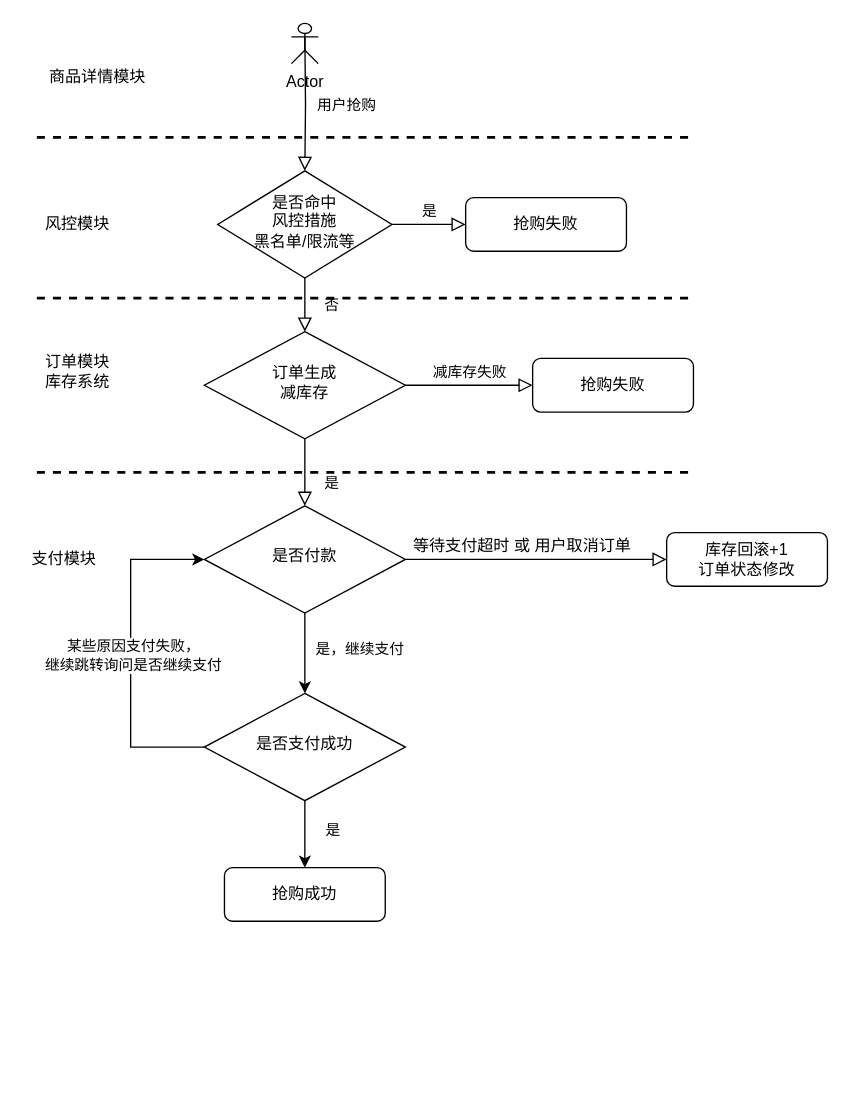
This is product_sedkill.drawio from maciaymd/draw.io, a draw.io file, before an edit. Source tidied: cells renumbered, new cells numbered last; positions are measured from the earlier drawing's top-left corner, leaving out a move shared by most shapes. Both pictures are drawn from the tidied source at 134%, with x=0, y=0 at pixel (23, 23).
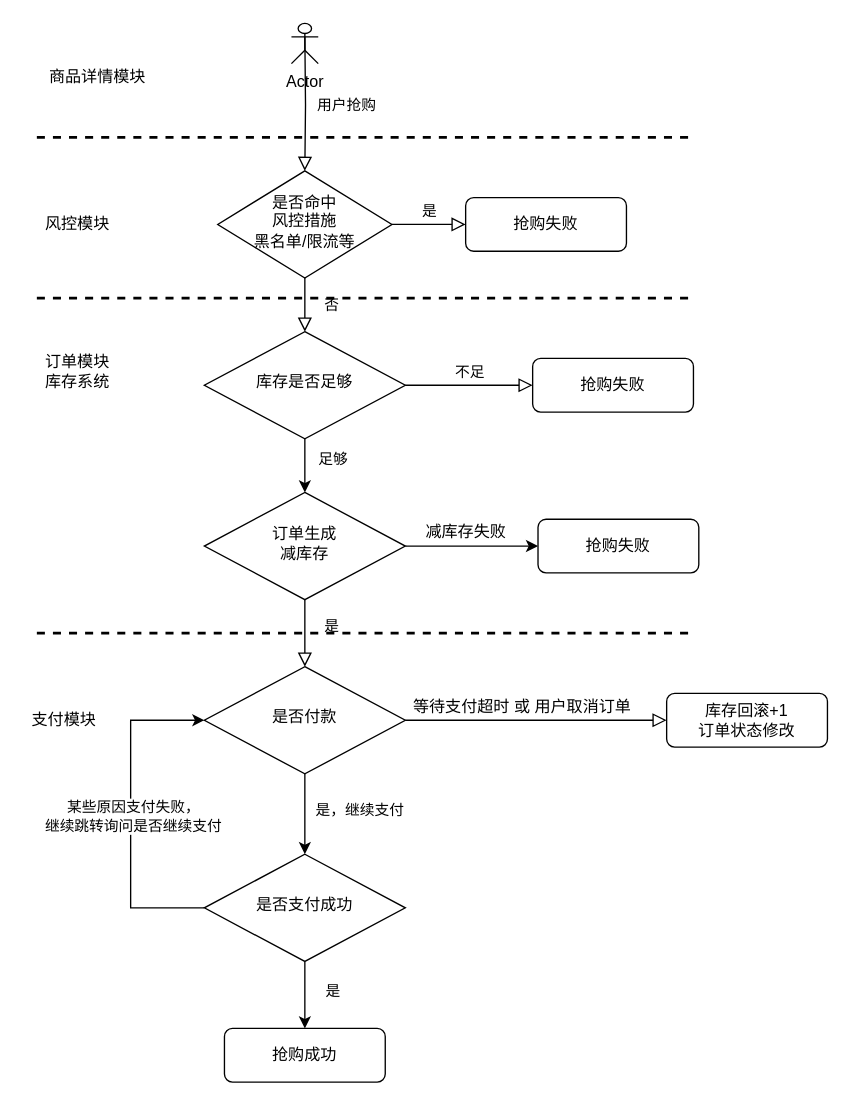
After the change.

Unchanged cells that the change refers to:
```xml
<mxCell id="11" value="抢购失败" style="rounded=1;whiteSpace=wrap;html=1;fontSize=12;glass=0;strokeWidth=1;shadow=0;" parent="1" vertex="1">
  <mxGeometry x="380" y="250" width="120" height="40" as="geometry" />
</mxCell>
```

The edit, as a diff of the source:
```diff
@@
-    <mxCell id="8" value="是" style="rounded=0;html=1;jettySize=auto;fontSize=11;endArrow=block;endFill=0;endSize=8;strokeWidth=1;shadow=0;labelBackgroundColor=none;edgeStyle=orthogonalEdgeStyle;entryX=0.5;entryY=0;entryDx=0;entryDy=0;" parent="1" edge="1" source="10" target="17">
-      <mxGeometry x="0.33" y="20" relative="1" as="geometry" />
+    <mxCell id="8" value="是" style="rounded=0;html=1;jettySize=auto;fontSize=11;endArrow=block;endFill=0;endSize=8;strokeWidth=1;shadow=0;labelBackgroundColor=none;edgeStyle=orthogonalEdgeStyle;entryX=0.5;entryY=0;entryDx=0;entryDy=0;startArrow=none;" parent="1" edge="1" source="34" target="17">
+      <mxGeometry x="-0.2" y="20" relative="1" as="geometry" />
     </mxCell>
-    <mxCell id="9" value="减库存失败" style="edgeStyle=orthogonalEdgeStyle;rounded=0;html=1;jettySize=auto;fontSize=11;endArrow=block;endFill=0;endSize=8;strokeWidth=1;shadow=0;labelBackgroundColor=none;" parent="1" edge="1" source="10" target="11">
+    <mxCell id="9" value="不足" style="edgeStyle=orthogonalEdgeStyle;rounded=0;html=1;jettySize=auto;fontSize=11;endArrow=block;endFill=0;endSize=8;strokeWidth=1;shadow=0;labelBackgroundColor=none;" parent="1" edge="1" source="10" target="11">
       <mxGeometry y="10" relative="1" as="geometry" />
     </mxCell>
+    <mxCell id="31" style="edgeStyle=orthogonalEdgeStyle;rounded=0;jettySize=auto;html=1;" parent="1" edge="1" source="10" target="34">
+      <mxGeometry relative="1" as="geometry" />
+    </mxCell>
+    <mxCell id="32" value="足够" style="edgeLabel;html=1;align=center;verticalAlign=middle;" parent="31" vertex="1">
+      <mxGeometry x="-0.28" relative="1" as="geometry">
+        <mxPoint x="20" as="offset" />
+      </mxGeometry>
+    </mxCell>
-    <mxCell id="10" value="订单生成&lt;br&gt;减库存" style="rhombus;whiteSpace=wrap;html=1;shadow=0;fontFamily=Helvetica;fontSize=12;align=center;strokeWidth=1;spacing=6;spacingTop=-4;" parent="1" vertex="1">
+    <mxCell id="10" value="库存是否足够" style="rhombus;whiteSpace=wrap;html=1;shadow=0;fontFamily=Helvetica;fontSize=12;align=center;strokeWidth=1;spacing=6;spacingTop=-4;" parent="1" vertex="1">
       <mxGeometry x="135" y="230" width="150" height="80" as="geometry" />
     </mxCell>
@@
     <mxCell id="14" value="库存回滚+1&lt;br&gt;订单状态修改" style="rounded=1;whiteSpace=wrap;html=1;fontSize=12;glass=0;strokeWidth=1;shadow=0;" parent="1" vertex="1">
-      <mxGeometry x="480" y="380" width="120" height="40" as="geometry" />
+      <mxGeometry x="480" y="500" width="120" height="40" as="geometry" />
     </mxCell>
@@
     <mxCell id="17" value="是否付款" style="rhombus;whiteSpace=wrap;html=1;shadow=0;fontFamily=Helvetica;fontSize=12;align=center;strokeWidth=1;spacing=6;spacingTop=-4;" parent="1" vertex="1">
-      <mxGeometry x="135" y="360" width="150" height="80" as="geometry" />
+      <mxGeometry x="135" y="480" width="150" height="80" as="geometry" />
     </mxCell>
@@
     <mxCell id="20" style="edgeStyle=orthogonalEdgeStyle;rounded=0;jettySize=auto;html=1;entryX=0;entryY=0.5;entryDx=0;entryDy=0;" parent="1" edge="1" source="22" target="17">
       <mxGeometry relative="1" as="geometry">
         <Array as="points">
-          <mxPoint x="80" y="540" />
-          <mxPoint x="80" y="400" />
+          <mxPoint x="80" y="660" />
+          <mxPoint x="80" y="520" />
         </Array>
       </mxGeometry>
     </mxCell>
@@
     <mxCell id="22" value="是否支付成功" style="rhombus;whiteSpace=wrap;html=1;shadow=0;fontFamily=Helvetica;fontSize=12;align=center;strokeWidth=1;spacing=6;spacingTop=-4;" parent="1" vertex="1">
-      <mxGeometry x="135" y="500" width="150" height="80" as="geometry" />
+      <mxGeometry x="135" y="620" width="150" height="80" as="geometry" />
     </mxCell>
     <mxCell id="23" value="抢购成功" style="rounded=1;whiteSpace=wrap;html=1;fontSize=12;glass=0;strokeWidth=1;shadow=0;" parent="1" vertex="1">
-      <mxGeometry x="150" y="630" width="120" height="40" as="geometry" />
+      <mxGeometry x="150" y="750" width="120" height="40" as="geometry" />
     </mxCell>
@@
     <mxCell id="28" style="line;strokeWidth=2;html=1;dashed=1;" parent="1" vertex="1">
-      <mxGeometry x="10" y="330" width="490" height="10" as="geometry" />
+      <mxGeometry x="10" y="450" width="490" height="10" as="geometry" />
     </mxCell>
@@
     <mxCell id="30" value="支付模块" style="text;html=1;align=center;verticalAlign=middle;strokeColor=none;" parent="1" vertex="1">
-      <mxGeometry y="390" width="60" height="20" as="geometry" />
+      <mxGeometry y="510" width="60" height="20" as="geometry" />
     </mxCell>
+    <mxCell id="33" style="edgeStyle=orthogonalEdgeStyle;rounded=0;jettySize=auto;html=1;" parent="1" edge="1" source="34" target="35">
+      <mxGeometry relative="1" as="geometry" />
+    </mxCell>
+    <mxCell id="34" value="订单生成&lt;br&gt;减库存" style="rhombus;whiteSpace=wrap;html=1;shadow=0;fontFamily=Helvetica;fontSize=12;align=center;strokeWidth=1;spacing=6;spacingTop=-4;" parent="1" vertex="1">
+      <mxGeometry x="135" y="350" width="150" height="80" as="geometry" />
+    </mxCell>
+    <mxCell id="35" value="抢购失败" style="rounded=1;whiteSpace=wrap;html=1;fontSize=12;glass=0;strokeWidth=1;shadow=0;" parent="1" vertex="1">
+      <mxGeometry x="384" y="370" width="120" height="40" as="geometry" />
+    </mxCell>
+    <mxCell id="36" value="减库存失败" style="text;html=1;align=center;verticalAlign=middle;strokeColor=none;" parent="1" vertex="1">
+      <mxGeometry x="290" y="370" width="80" height="20" as="geometry" />
+    </mxCell>
```
